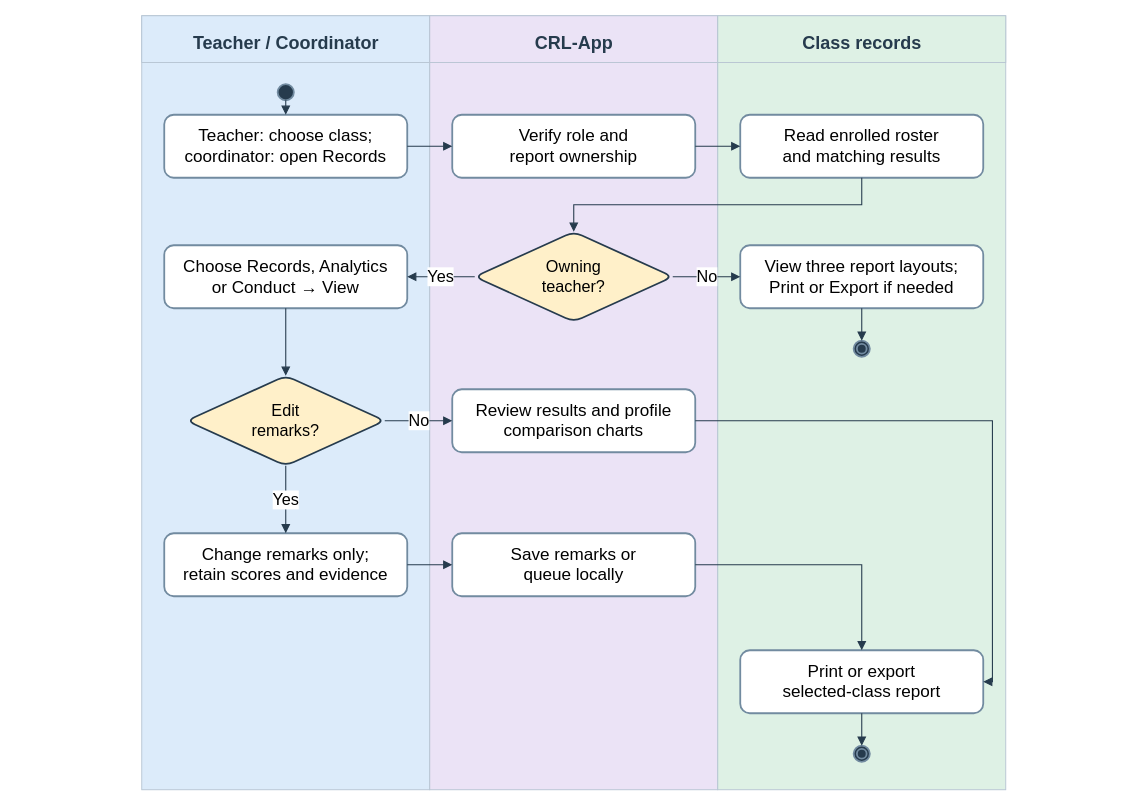
The draw.io diagram docs/diagrams/class-workspaces/figure-16-records-reports.drawio in AkuSayangKamuJudaSayang/crl-app, before the edit. Source tidied: cells renumbered, new cells numbered last; positions are measured from the earlier drawing's top-left corner, leaving out a move shared by most shapes. Both pictures are drawn from the tidied source at 90%, with x=0, y=0 at pixel (15, 15).
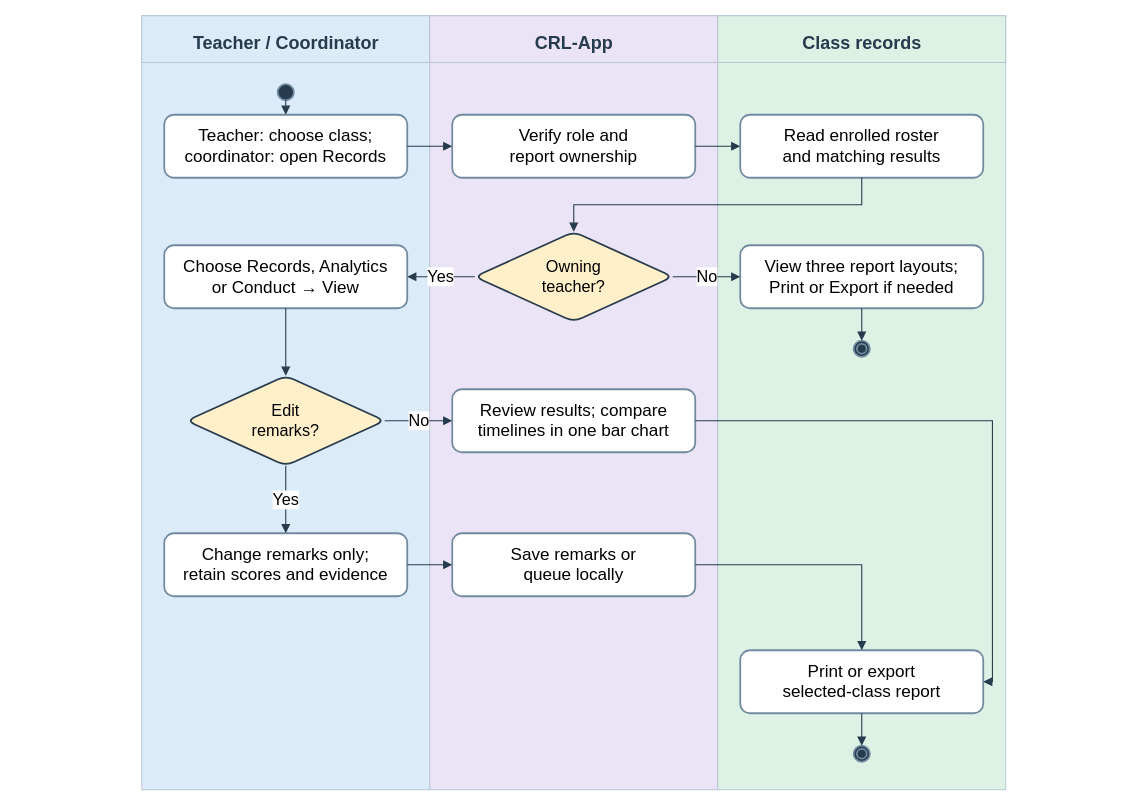
The same page after the edit.

Change to the diagram source:
```diff
@@
-    <mxCell id="20" value="Review results and profile&lt;br&gt;comparison charts" style="rounded=1;whiteSpace=wrap;html=1;fontFamily=Arial;fillColor=#ffffff;strokeColor=#728ba0;strokeWidth=2;fontSize=19;" parent="1" vertex="1">
+    <mxCell id="20" value="Review results; compare&lt;br&gt;timelines in one bar chart" style="rounded=1;whiteSpace=wrap;html=1;fontFamily=Arial;fillColor=#ffffff;strokeColor=#728ba0;strokeWidth=2;fontSize=19;" parent="1" vertex="1">
       <mxGeometry x="485" y="415" width="270" height="70" as="geometry" />
     </mxCell>
```
